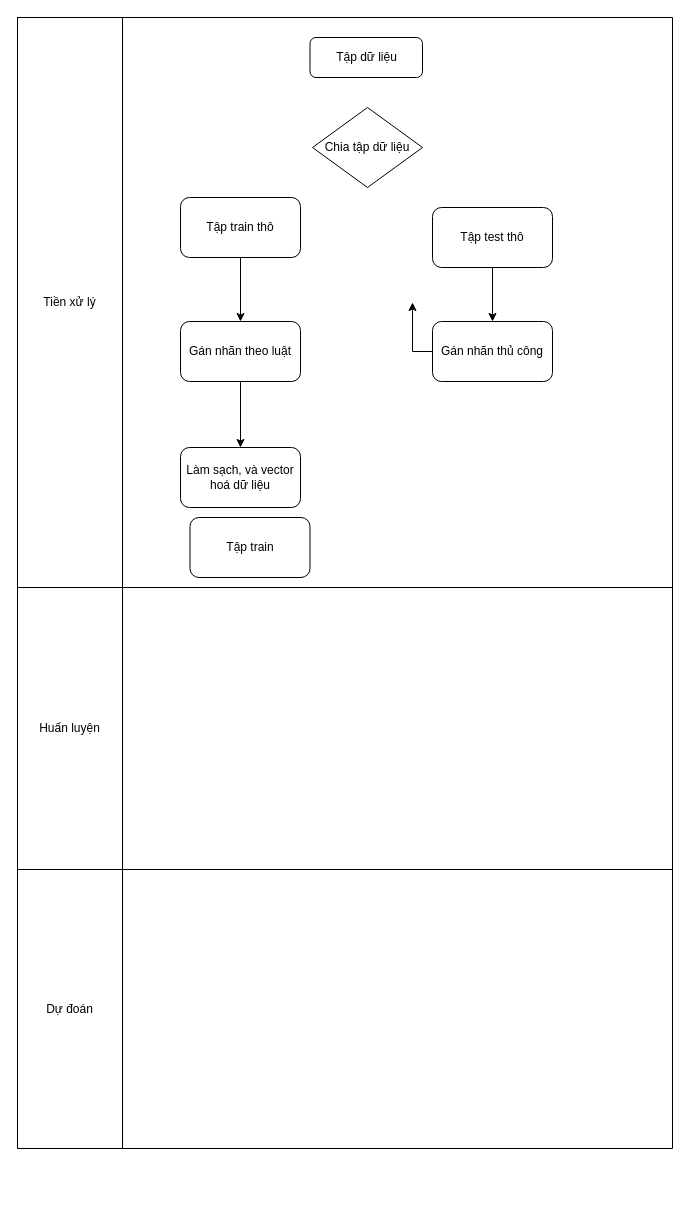
This is architecture/model.drawio from vukhanh09/DATN, a draw.io file, before an edit. Source tidied: cells renumbered, new cells numbered last; positions are measured from the earlier drawing's top-left corner, leaving out a move shared by most shapes. Both pictures are drawn from the tidied source at 100%, with x=0, y=0 at pixel (17, 17).
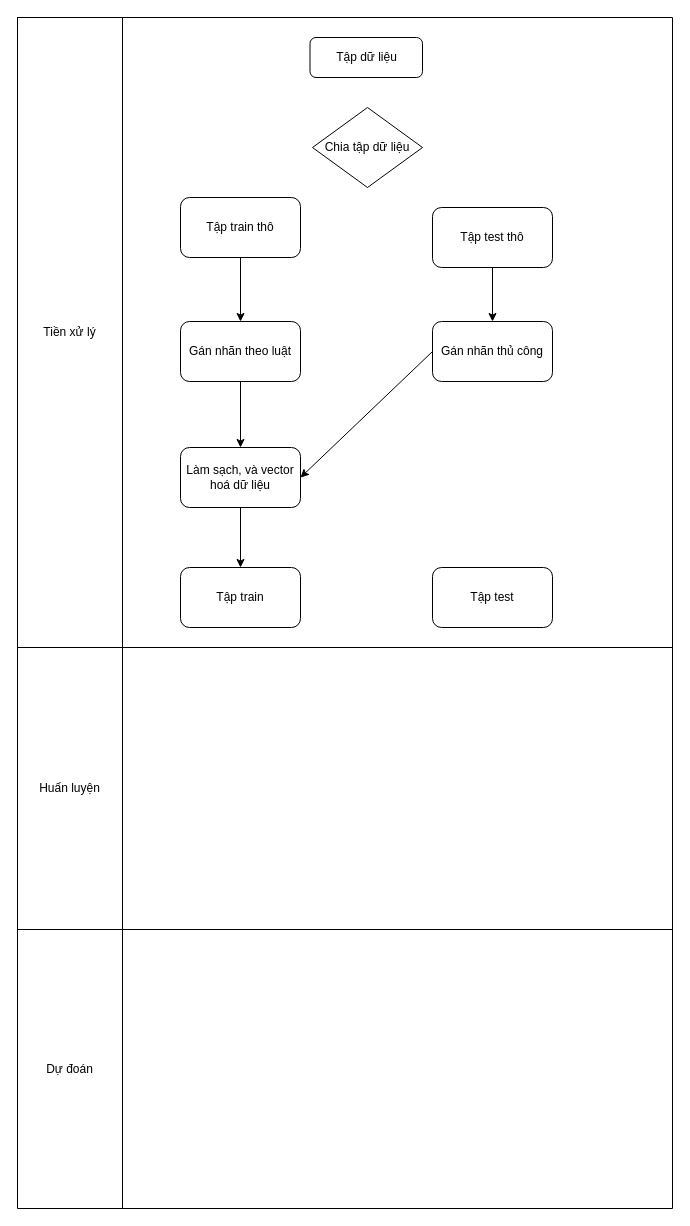
After the change.

Commit message (it also covers changes not shown here):
Cập nhật model.drawio

Unchanged cells that the change refers to:
```xml
<mxCell id="21" value="Gán nhãn thủ công" style="rounded=1;whiteSpace=wrap;html=1;" parent="1" vertex="1">
  <mxGeometry x="415" y="304" width="120" height="60" as="geometry" />
</mxCell>
<mxCell id="22" value="Làm sạch, và vector hoá dữ liệu" style="rounded=1;whiteSpace=wrap;html=1;" parent="1" vertex="1">
  <mxGeometry x="163" y="430" width="120" height="60" as="geometry" />
</mxCell>
```

The edit, as a diff of the source:
```diff
@@
     <mxCell id="2" style="shape=table;startSize=0;childLayout=tableLayout;" parent="1" vertex="1">
-      <mxGeometry width="655" height="1131" as="geometry" />
+      <mxGeometry width="655" height="1191" as="geometry" />
     </mxCell>
     <mxCell id="3" style="shape=tableRow;horizontal=0;startSize=0;swimlaneHead=0;swimlaneBody=0;strokeColor=inherit;top=0;left=0;bottom=0;right=0;fillColor=none;points=[[0,0.5],[1,0.5]];portConstraint=eastwest;" parent="2" vertex="1">
-      <mxGeometry width="655" height="570" as="geometry" />
+      <mxGeometry width="655" height="630" as="geometry" />
     </mxCell>
     <mxCell id="4" value="Tiền xử lý" style="shape=partialRectangle;html=1;whiteSpace=wrap;strokeColor=inherit;overflow=hidden;fillColor=none;top=0;left=0;bottom=0;right=0;align=center;" parent="3" vertex="1">
-      <mxGeometry width="105" height="570" as="geometry" />
+      <mxGeometry width="105" height="630" as="geometry" />
     </mxCell>
     <mxCell id="5" style="shape=partialRectangle;html=1;whiteSpace=wrap;strokeColor=inherit;overflow=hidden;fillColor=none;top=0;left=0;bottom=0;right=0;" parent="3" vertex="1">
-      <mxGeometry x="105" width="550" height="570" as="geometry" />
+      <mxGeometry x="105" width="550" height="630" as="geometry" />
     </mxCell>
     <mxCell id="6" style="shape=tableRow;horizontal=0;startSize=0;swimlaneHead=0;swimlaneBody=0;strokeColor=inherit;top=0;left=0;bottom=0;right=0;fillColor=none;" parent="2" vertex="1">
-      <mxGeometry y="570" width="655" height="282" as="geometry" />
+      <mxGeometry y="630" width="655" height="282" as="geometry" />
     </mxCell>
@@
     <mxCell id="9" style="shape=tableRow;horizontal=0;startSize=0;swimlaneHead=0;swimlaneBody=0;strokeColor=inherit;top=0;left=0;bottom=0;right=0;fillColor=none;" parent="2" vertex="1">
-      <mxGeometry y="852" width="655" height="279" as="geometry" />
+      <mxGeometry y="912" width="655" height="279" as="geometry" />
     </mxCell>
@@
-    <mxCell id="20" style="edgeStyle=orthogonalEdgeStyle;rounded=0;jettySize=auto;html=1;exitX=0;exitY=0.5;exitDx=0;exitDy=0;" parent="1" edge="1" source="21" target="3">
+    <mxCell id="20" style="jettySize=auto;html=1;exitX=0;exitY=0.5;exitDx=0;exitDy=0;entryX=1;entryY=0.5;entryDx=0;entryDy=0;rounded=0;strokeColor=default;" parent="1" edge="1" source="21" target="22">
       <mxGeometry relative="1" as="geometry" />
     </mxCell>
@@
+    <mxCell id="24" style="edgeStyle=none;rounded=0;jettySize=auto;html=1;entryX=0.5;entryY=0;entryDx=0;entryDy=0;strokeColor=default;" parent="1" edge="1" source="22" target="23">
+      <mxGeometry relative="1" as="geometry" />
+    </mxCell>
@@
     <mxCell id="23" value="Tập train" style="rounded=1;whiteSpace=wrap;html=1;" parent="1" vertex="1">
-      <mxGeometry x="172.5" y="500" width="120" height="60" as="geometry" />
+      <mxGeometry x="163" y="550" width="120" height="60" as="geometry" />
     </mxCell>
+    <mxCell id="25" value="Tập test" style="rounded=1;whiteSpace=wrap;html=1;" parent="1" vertex="1">
+      <mxGeometry x="415" y="550" width="120" height="60" as="geometry" />
+    </mxCell>
```
